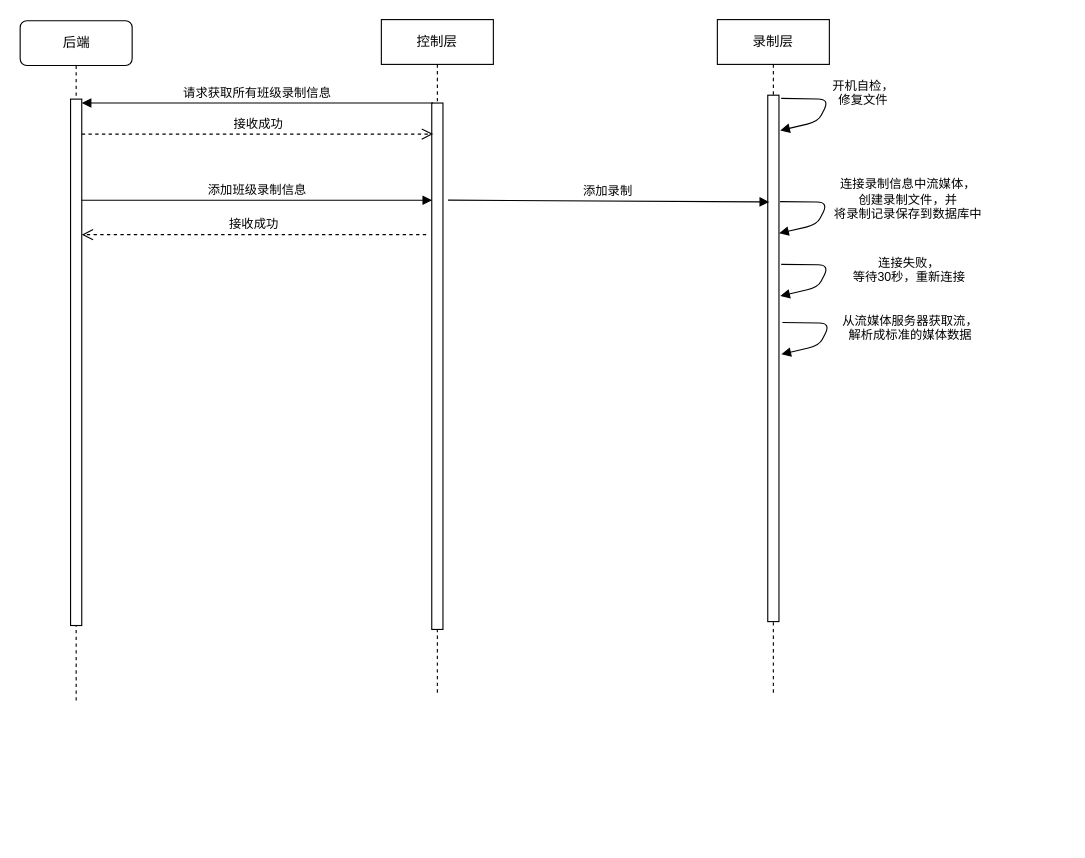
The draw.io diagram lookUpLessonSequenceDiagram.drawio in huangPeiLc/drawio, before the edit. Source tidied: cells renumbered, new cells numbered last; positions are measured from the earlier drawing's top-left corner, leaving out a move shared by most shapes. Both pictures are drawn from the tidied source at 112%, with x=0, y=0 at pixel (20, 19).
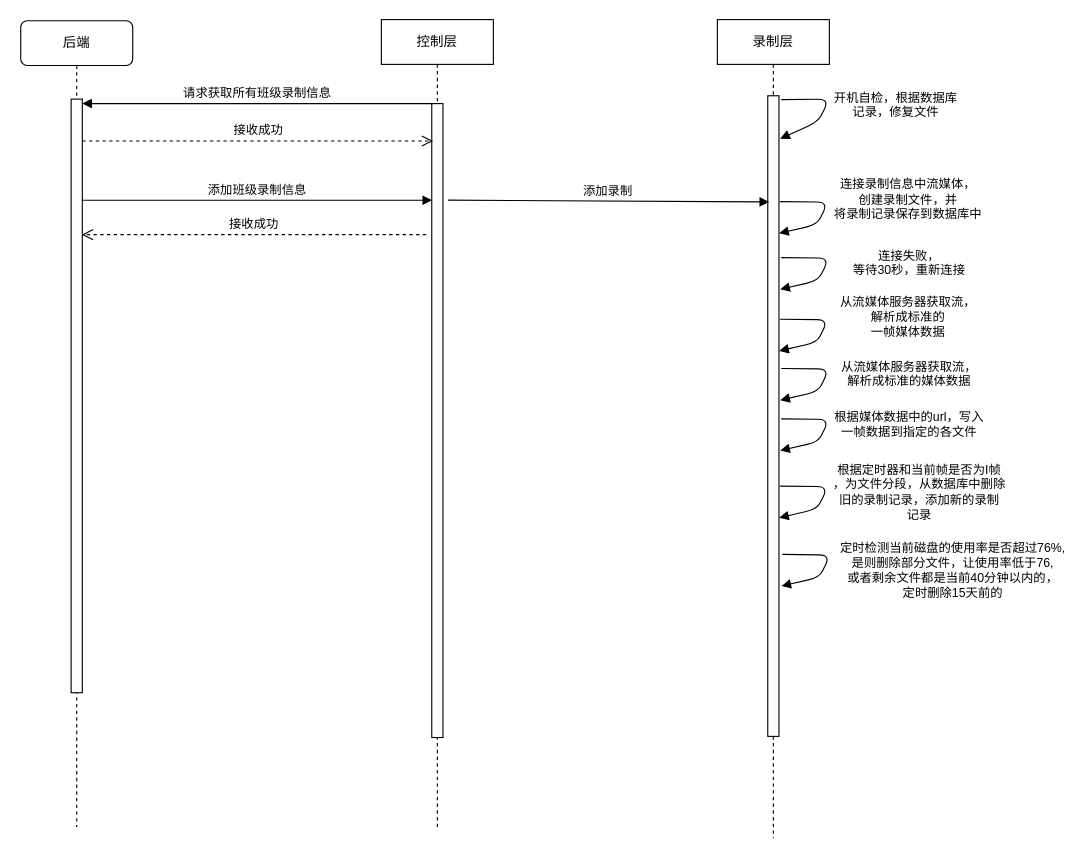
Above is the later version.

The edit, as a diff of the source:
```diff
@@
     <mxCell id="2" value="控制层" style="shape=umlLifeline;perimeter=lifelinePerimeter;whiteSpace=wrap;html=1;" parent="1" vertex="1">
-      <mxGeometry x="322" width="100" height="601" as="geometry" />
+      <mxGeometry x="322" width="100" height="721" as="geometry" />
     </mxCell>
     <mxCell id="3" value="后端" style="shape=umlLifeline;perimeter=lifelinePerimeter;whiteSpace=wrap;html=1;rounded=1;shadow=0;comic=0;labelBackgroundColor=none;strokeColor=#000000;strokeWidth=1;fillColor=#FFFFFF;fontFamily=Verdana;fontSize=12;fontColor=#000000;align=center;size=40;" parent="1" vertex="1">
-      <mxGeometry x="-0.5" y="1" width="100" height="610" as="geometry" />
+      <mxGeometry y="1" width="100" height="720" as="geometry" />
     </mxCell>
     <mxCell id="4" style="html=1;points=[];perimeter=orthogonalPerimeter;rounded=0;shadow=0;comic=0;labelBackgroundColor=none;strokeColor=#000000;strokeWidth=1;fillColor=#FFFFFF;fontFamily=Verdana;fontSize=12;fontColor=#000000;align=center;" parent="3" vertex="1">
-      <mxGeometry x="45" y="70" width="10" height="470" as="geometry" />
+      <mxGeometry x="45" y="70" width="10" height="530" as="geometry" />
     </mxCell>
     <mxCell id="5" style="html=1;points=[];perimeter=orthogonalPerimeter;rounded=0;shadow=0;comic=0;labelBackgroundColor=none;strokeColor=#000000;strokeWidth=1;fillColor=#FFFFFF;fontFamily=Verdana;fontSize=12;fontColor=#000000;align=center;" parent="1" vertex="1">
-      <mxGeometry x="367" y="74.5" width="10" height="470" as="geometry" />
+      <mxGeometry x="367" y="75" width="10" height="566" as="geometry" />
     </mxCell>
     <mxCell id="6" value="录制层" style="shape=umlLifeline;perimeter=lifelinePerimeter;whiteSpace=wrap;html=1;" parent="1" vertex="1">
-      <mxGeometry x="622" width="100" height="601" as="geometry" />
+      <mxGeometry x="622" width="100" height="731" as="geometry" />
     </mxCell>
     <mxCell id="7" style="html=1;points=[];perimeter=orthogonalPerimeter;rounded=0;shadow=0;comic=0;labelBackgroundColor=none;strokeColor=#000000;strokeWidth=1;fillColor=#FFFFFF;fontFamily=Verdana;fontSize=12;fontColor=#000000;align=center;" parent="6" vertex="1">
-      <mxGeometry x="45" y="67.5" width="10" height="470" as="geometry" />
+      <mxGeometry x="45" y="68" width="10" height="572" as="geometry" />
     </mxCell>
-    <mxCell id="8" value="&lt;div&gt;开机自检，&lt;/div&gt;&lt;div&gt;修复文件&lt;/div&gt;" style="html=1;verticalAlign=bottom;endArrow=block;entryX=1.117;entryY=0.067;entryDx=0;entryDy=0;entryPerimeter=0;exitX=1.2;exitY=0.006;exitDx=0;exitDy=0;exitPerimeter=0;" parent="6" edge="1" source="7" target="7">
-      <mxGeometry x="-0.14" y="-32" relative="1" as="geometry">
+    <mxCell id="8" value="&lt;div&gt;开机自检，根据数据库&lt;/div&gt;&lt;div&gt;记录，修复文件&lt;/div&gt;" style="html=1;verticalAlign=bottom;endArrow=block;entryX=1.117;entryY=0.067;entryDx=0;entryDy=0;entryPerimeter=0;exitX=1.2;exitY=0.006;exitDx=0;exitDy=0;exitPerimeter=0;" parent="6" edge="1" source="7" target="7">
+      <mxGeometry x="-0.14" y="-63" relative="1" as="geometry">
         <Array as="points">
           <mxPoint x="100" y="71" />
           <mxPoint x="90" y="91" />
         </Array>
-        <mxPoint x="59" y="24" as="offset" />
+        <mxPoint x="116" y="48" as="offset" />
       </mxGeometry>
     </mxCell>
@@
     <mxCell id="14" value="&lt;div&gt;连接失败，&lt;/div&gt;&lt;div&gt;等待30秒，重新连接&lt;/div&gt;" style="html=1;verticalAlign=bottom;endArrow=block;entryX=1.117;entryY=0.067;entryDx=0;entryDy=0;entryPerimeter=0;exitX=1.2;exitY=0.006;exitDx=0;exitDy=0;exitPerimeter=0;" parent="1" edge="1">
       <mxGeometry x="-0.14" y="-74" relative="1" as="geometry">
-        <mxPoint x="679" y="218.5" as="sourcePoint" />
-        <mxPoint x="678.2" y="246.8" as="targetPoint" />
+        <mxPoint x="679" y="212.5" as="sourcePoint" />
+        <mxPoint x="678.2" y="240.8" as="targetPoint" />
         <Array as="points">
-          <mxPoint x="722" y="219" />
-          <mxPoint x="712" y="239" />
+          <mxPoint x="722" y="213" />
+          <mxPoint x="712" y="233" />
         </Array>
         <mxPoint x="137" y="53" as="offset" />
       </mxGeometry>
     </mxCell>
-    <mxCell id="15" value="&lt;div&gt;从流媒体服务器获取流，&lt;/div&gt;&lt;div&gt;解析成标准的媒体数据&lt;/div&gt;" style="html=1;verticalAlign=bottom;endArrow=block;entryX=1.117;entryY=0.067;entryDx=0;entryDy=0;entryPerimeter=0;exitX=1.2;exitY=0.006;exitDx=0;exitDy=0;exitPerimeter=0;" parent="1" edge="1">
+    <mxCell id="15" value="&lt;div&gt;从流媒体服务器获取流，&lt;/div&gt;&lt;div&gt;解析成标准的&lt;/div&gt;&lt;div&gt;一帧媒体数据&lt;/div&gt;" style="html=1;verticalAlign=bottom;endArrow=block;entryX=1.117;entryY=0.067;entryDx=0;entryDy=0;entryPerimeter=0;exitX=1.2;exitY=0.006;exitDx=0;exitDy=0;exitPerimeter=0;" parent="1" edge="1">
       <mxGeometry x="-0.14" y="-74" relative="1" as="geometry">
-        <mxPoint x="680" y="270.5" as="sourcePoint" />
-        <mxPoint x="679.2" y="298.8" as="targetPoint" />
+        <mxPoint x="678" y="267.5" as="sourcePoint" />
+        <mxPoint x="677.2" y="295.8" as="targetPoint" />
         <Array as="points">
-          <mxPoint x="723" y="271" />
-          <mxPoint x="713" y="291" />
+          <mxPoint x="721" y="268" />
+          <mxPoint x="711" y="288" />
         </Array>
         <mxPoint x="137" y="53" as="offset" />
       </mxGeometry>
     </mxCell>
@@
+    <mxCell id="17" value="&lt;div&gt;从流媒体服务器获取流，&lt;/div&gt;&lt;div&gt;解析成标准的媒体数据&lt;/div&gt;" style="html=1;verticalAlign=bottom;endArrow=block;entryX=1.117;entryY=0.067;entryDx=0;entryDy=0;entryPerimeter=0;exitX=1.2;exitY=0.006;exitDx=0;exitDy=0;exitPerimeter=0;" parent="1" edge="1">
+      <mxGeometry x="-0.14" y="-74" relative="1" as="geometry">
+        <mxPoint x="679" y="311.5" as="sourcePoint" />
+        <mxPoint x="678.2" y="339.8" as="targetPoint" />
+        <Array as="points">
+          <mxPoint x="722" y="312" />
+          <mxPoint x="712" y="332" />
+        </Array>
+        <mxPoint x="137" y="53" as="offset" />
+      </mxGeometry>
+    </mxCell>
+    <mxCell id="18" value="&lt;div&gt;根据媒体数据中的url，写入&lt;/div&gt;&lt;div&gt;一帧数据到指定的各文件&lt;br&gt;&lt;/div&gt;" style="html=1;verticalAlign=bottom;endArrow=block;entryX=1.117;entryY=0.067;entryDx=0;entryDy=0;entryPerimeter=0;exitX=1.2;exitY=0.006;exitDx=0;exitDy=0;exitPerimeter=0;" parent="1" edge="1">
+      <mxGeometry x="-0.14" y="-74" relative="1" as="geometry">
+        <mxPoint x="679" y="356.5" as="sourcePoint" />
+        <mxPoint x="678.2" y="384.8" as="targetPoint" />
+        <Array as="points">
+          <mxPoint x="722" y="357" />
+          <mxPoint x="712" y="377" />
+        </Array>
+        <mxPoint x="137" y="53" as="offset" />
+      </mxGeometry>
+    </mxCell>
+    <mxCell id="19" value="&lt;div&gt;根据定时器和当前帧是否为I帧&lt;/div&gt;&lt;div&gt;，为文件分段，从数据库中删除&lt;/div&gt;&lt;div&gt;旧的录制记录，添加新的录制&lt;/div&gt;&lt;div&gt;记录&lt;br&gt;&lt;/div&gt;" style="html=1;verticalAlign=bottom;endArrow=block;entryX=1.117;entryY=0.067;entryDx=0;entryDy=0;entryPerimeter=0;exitX=1.2;exitY=0.006;exitDx=0;exitDy=0;exitPerimeter=0;" parent="1" edge="1">
+      <mxGeometry x="-0.14" y="-88" relative="1" as="geometry">
+        <mxPoint x="678" y="416.5" as="sourcePoint" />
+        <mxPoint x="677.2" y="444.8" as="targetPoint" />
+        <Array as="points">
+          <mxPoint x="721" y="417" />
+          <mxPoint x="711" y="437" />
+        </Array>
+        <mxPoint x="160" y="73" as="offset" />
+      </mxGeometry>
+    </mxCell>
+    <mxCell id="20" value="&lt;div&gt;定时检测当前磁盘的使用率是否超过76%,&lt;/div&gt;&lt;div&gt;是则删除部分文件，让使用率低于76,&lt;/div&gt;&lt;div&gt;或者剩余文件都是当前40分钟以内的，&lt;/div&gt;&lt;div&gt;定时删除15天前的&lt;br&gt;&lt;/div&gt;" style="html=1;verticalAlign=bottom;endArrow=block;entryX=1.117;entryY=0.067;entryDx=0;entryDy=0;entryPerimeter=0;exitX=1.2;exitY=0.006;exitDx=0;exitDy=0;exitPerimeter=0;" parent="1" edge="1">
+      <mxGeometry x="-0.14" y="-117" relative="1" as="geometry">
+        <mxPoint x="680" y="477.5" as="sourcePoint" />
+        <mxPoint x="679.2" y="505.8" as="targetPoint" />
+        <Array as="points">
+          <mxPoint x="723" y="478" />
+          <mxPoint x="713" y="498" />
+        </Array>
+        <mxPoint x="214" y="95" as="offset" />
+      </mxGeometry>
+    </mxCell>
```
